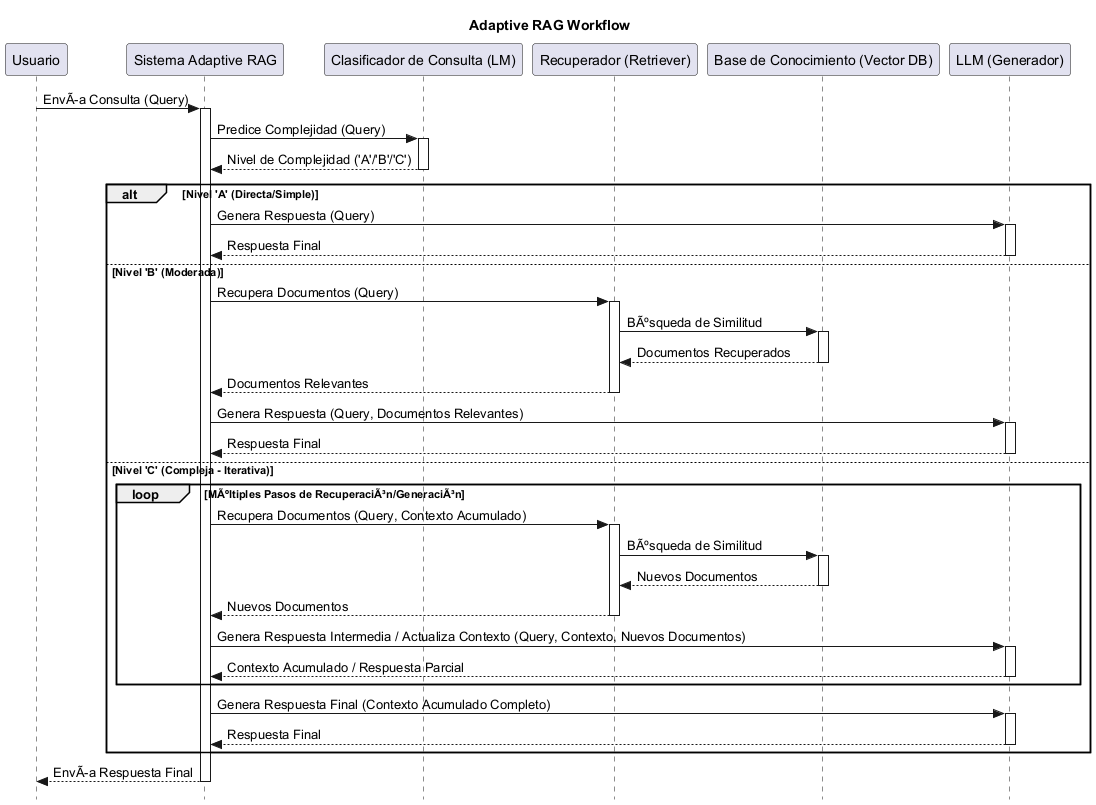
This is img/adaptive_rag.png from carloss4dv/langagent, a PlantUML export, as it was before one commit. The source it was exported from:
```plantuml
@startuml
skinparam style strictuml

title Adaptive RAG Workflow

participant "Usuario" as User
participant "Sistema Adaptive RAG" as AdaptiveRAGSystem
participant "Clasificador de Consulta (LM)" as Classifier
participant "Recuperador (Retriever)" as Retriever
participant "Base de Conocimiento (Vector DB)" as VectorDB
participant "LLM (Generador)" as LLM

User -> AdaptiveRAGSystem: EnvÃ­a Consulta (Query)
activate AdaptiveRAGSystem

AdaptiveRAGSystem -> Classifier: Predice Complejidad (Query)
activate Classifier
Classifier --> AdaptiveRAGSystem: Nivel de Complejidad ('A'/'B'/'C')
deactivate Classifier

alt Nivel 'A' (Directa/Simple)
    AdaptiveRAGSystem -> LLM: Genera Respuesta (Query)
    activate LLM
    LLM --> AdaptiveRAGSystem: Respuesta Final
    deactivate LLM
else Nivel 'B' (Moderada)
    AdaptiveRAGSystem -> Retriever: Recupera Documentos (Query)
    activate Retriever
    Retriever -> VectorDB: BÃºsqueda de Similitud
    activate VectorDB
    VectorDB --> Retriever: Documentos Recuperados
    deactivate VectorDB
    Retriever --> AdaptiveRAGSystem: Documentos Relevantes
    deactivate Retriever

    AdaptiveRAGSystem -> LLM: Genera Respuesta (Query, Documentos Relevantes)
    activate LLM
    LLM --> AdaptiveRAGSystem: Respuesta Final
    deactivate LLM
else Nivel 'C' (Compleja - Iterativa)
    loop MÃºltiples Pasos de RecuperaciÃ³n/GeneraciÃ³n
        AdaptiveRAGSystem -> Retriever: Recupera Documentos (Query, Contexto Acumulado)
        activate Retriever
        Retriever -> VectorDB: BÃºsqueda de Similitud
        activate VectorDB
        VectorDB --> Retriever: Nuevos Documentos
        deactivate VectorDB
        Retriever --> AdaptiveRAGSystem: Nuevos Documentos
        deactivate Retriever

        AdaptiveRAGSystem -> LLM: Genera Respuesta Intermedia / Actualiza Contexto (Query, Contexto, Nuevos Documentos)
        activate LLM
        LLM --> AdaptiveRAGSystem: Contexto Acumulado / Respuesta Parcial
        deactivate LLM
    end
    AdaptiveRAGSystem -> LLM: Genera Respuesta Final (Contexto Acumulado Completo)
    activate LLM
    LLM --> AdaptiveRAGSystem: Respuesta Final
    deactivate LLM
end

AdaptiveRAGSystem --> User: EnvÃ­a Respuesta Final
deactivate AdaptiveRAGSystem

@enduml
```
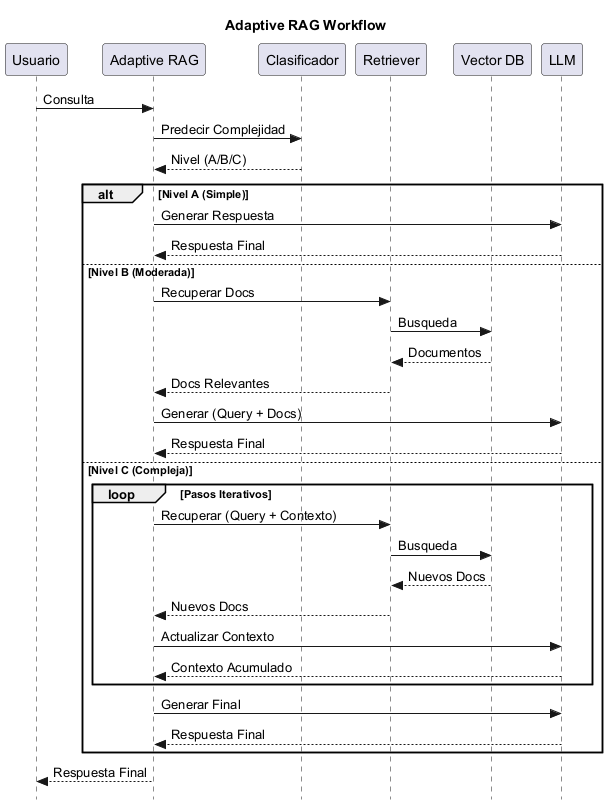
The same file after the commit.

The edit, as a diff of the source:
```diff
@@ -4,62 +4,39 @@
 title Adaptive RAG Workflow
 
 participant "Usuario" as User
-participant "Sistema Adaptive RAG" as AdaptiveRAGSystem
-participant "Clasificador de Consulta (LM)" as Classifier
-participant "Recuperador (Retriever)" as Retriever
-participant "Base de Conocimiento (Vector DB)" as VectorDB
-participant "LLM (Generador)" as LLM
+participant "Adaptive RAG" as System
+participant "Clasificador" as Class
+participant "Retriever" as Ret
+participant "Vector DB" as DB
+participant "LLM" as Gen
 
-User -> AdaptiveRAGSystem: EnvÃ­a Consulta (Query)
-activate AdaptiveRAGSystem
+User -> System: Consulta
+System -> Class: Predecir Complejidad
+Class --> System: Nivel (A/B/C)
 
-AdaptiveRAGSystem -> Classifier: Predice Complejidad (Query)
-activate Classifier
-Classifier --> AdaptiveRAGSystem: Nivel de Complejidad ('A'/'B'/'C')
-deactivate Classifier
-
-alt Nivel 'A' (Directa/Simple)
-    AdaptiveRAGSystem -> LLM: Genera Respuesta (Query)
-    activate LLM
-    LLM --> AdaptiveRAGSystem: Respuesta Final
-    deactivate LLM
-else Nivel 'B' (Moderada)
-    AdaptiveRAGSystem -> Retriever: Recupera Documentos (Query)
-    activate Retriever
-    Retriever -> VectorDB: BÃºsqueda de Similitud
-    activate VectorDB
-    VectorDB --> Retriever: Documentos Recuperados
-    deactivate VectorDB
-    Retriever --> AdaptiveRAGSystem: Documentos Relevantes
-    deactivate Retriever
-
-    AdaptiveRAGSystem -> LLM: Genera Respuesta (Query, Documentos Relevantes)
-    activate LLM
-    LLM --> AdaptiveRAGSystem: Respuesta Final
-    deactivate LLM
-else Nivel 'C' (Compleja - Iterativa)
-    loop MÃºltiples Pasos de RecuperaciÃ³n/GeneraciÃ³n
-        AdaptiveRAGSystem -> Retriever: Recupera Documentos (Query, Contexto Acumulado)
-        activate Retriever
-        Retriever -> VectorDB: BÃºsqueda de Similitud
-        activate VectorDB
-        VectorDB --> Retriever: Nuevos Documentos
-        deactivate VectorDB
-        Retriever --> AdaptiveRAGSystem: Nuevos Documentos
-        deactivate Retriever
-
-        AdaptiveRAGSystem -> LLM: Genera Respuesta Intermedia / Actualiza Contexto (Query, Contexto, Nuevos Documentos)
-        activate LLM
-        LLM --> AdaptiveRAGSystem: Contexto Acumulado / Respuesta Parcial
-        deactivate LLM
+alt Nivel A (Simple)
+    System -> Gen: Generar Respuesta
+    Gen --> System: Respuesta Final
+else Nivel B (Moderada)
+    System -> Ret: Recuperar Docs
+    Ret -> DB: Busqueda
+    DB --> Ret: Documentos
+    Ret --> System: Docs Relevantes
+    System -> Gen: Generar (Query + Docs)
+    Gen --> System: Respuesta Final
+else Nivel C (Compleja)
+    loop Pasos Iterativos
+        System -> Ret: Recuperar (Query + Contexto)
+        Ret -> DB: Busqueda
+        DB --> Ret: Nuevos Docs
+        Ret --> System: Nuevos Docs
+        System -> Gen: Actualizar Contexto
+        Gen --> System: Contexto Acumulado
     end
-    AdaptiveRAGSystem -> LLM: Genera Respuesta Final (Contexto Acumulado Completo)
-    activate LLM
-    LLM --> AdaptiveRAGSystem: Respuesta Final
-    deactivate LLM
+    System -> Gen: Generar Final
+    Gen --> System: Respuesta Final
 end
 
-AdaptiveRAGSystem --> User: EnvÃ­a Respuesta Final
-deactivate AdaptiveRAGSystem
+System --> User: Respuesta Final
 
 @enduml
```
